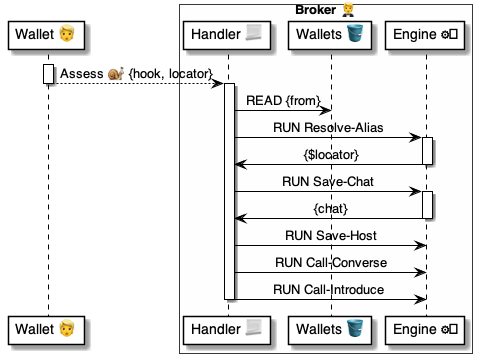
Above: 4 ⚙️ Solution/20 🧑‍🦰 UI/Brokers 🤵/🤵🅰️ Broker methods/Locators 🔆 Assess 🧑‍🦰🐌🤵/🤵 Assess ⚙️ uml.png in pollyweb-org/pollyweb-docs (PlantUML), before the change. Its source is kept beside it as 4 ⚙️ Solution/20 🧑‍🦰 UI/Brokers 🤵/🤵🅰️ Broker methods/Locators 🔆 Assess 🧑‍🦰🐌🤵/🤵 Assess ⚙️ uml.puml.
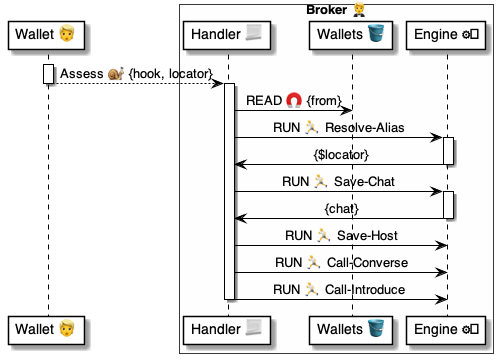
Above is the later version.

What changed in the source:
```diff
@@ -18,22 +18,22 @@
 
 activate broker
 
-    broker -> wallets: READ {from}
+    broker -> wallets: READ 🧲 {from}
 
-    broker -> engine: RUN Resolve-Alias
+    broker -> engine: RUN 🏃 Resolve-Alias
     activate engine
         engine -> broker: {$locator}
     deactivate engine
 
-    broker -> engine: RUN Save-Chat
+    broker -> engine: RUN 🏃 Save-Chat
     activate engine
         engine -> broker: {chat}
     deactivate engine
 
-    broker -> engine: RUN Save-Host
+    broker -> engine: RUN 🏃 Save-Host
 
-    broker -> engine: RUN Call-Converse
-    broker -> engine: RUN Call-Introduce
+    broker -> engine: RUN 🏃 Call-Converse
+    broker -> engine: RUN 🏃 Call-Introduce
 
 
 deactivate broker
```
